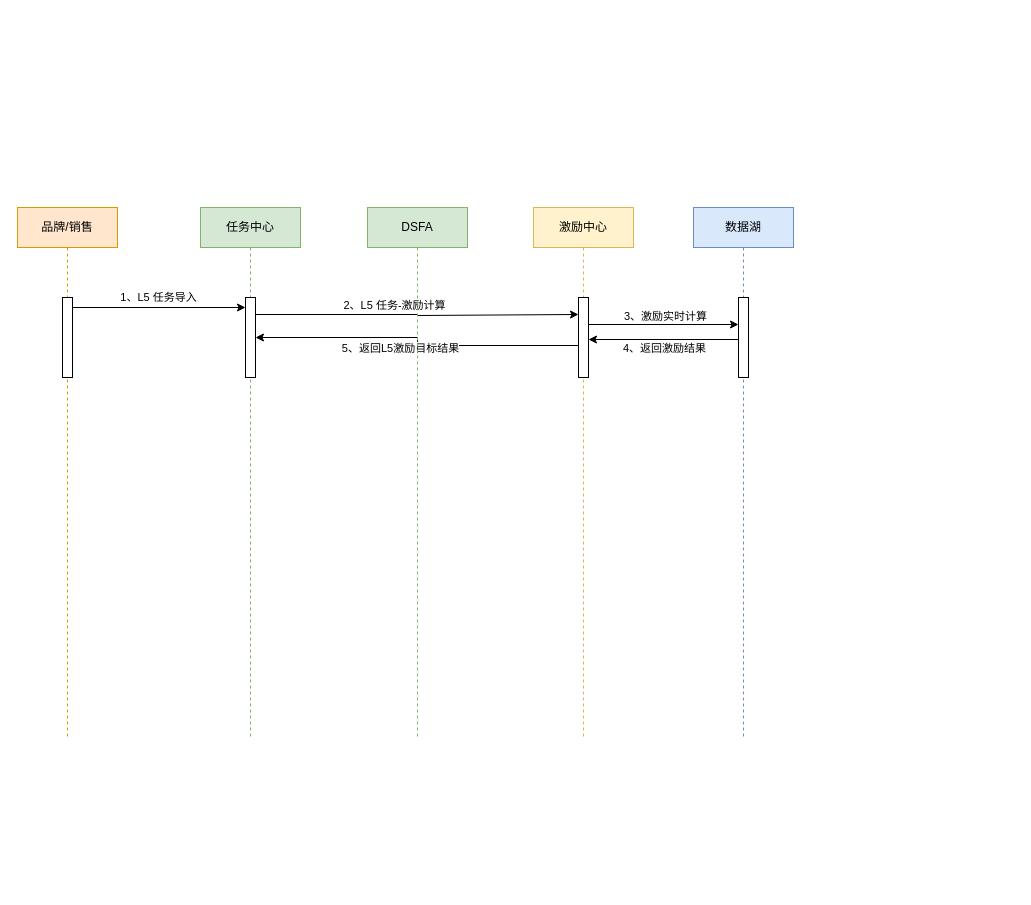
Above: shinho/【1209】任务中心+激励中心.drawio in 18857545022/- (draw.io), before the change. Source tidied: cells renumbered, new cells numbered last; positions are measured from the earlier drawing's top-left corner, leaving out a move shared by most shapes. Both pictures are drawn from the tidied source at 100%, with x=0, y=0 at pixel (17, 207).
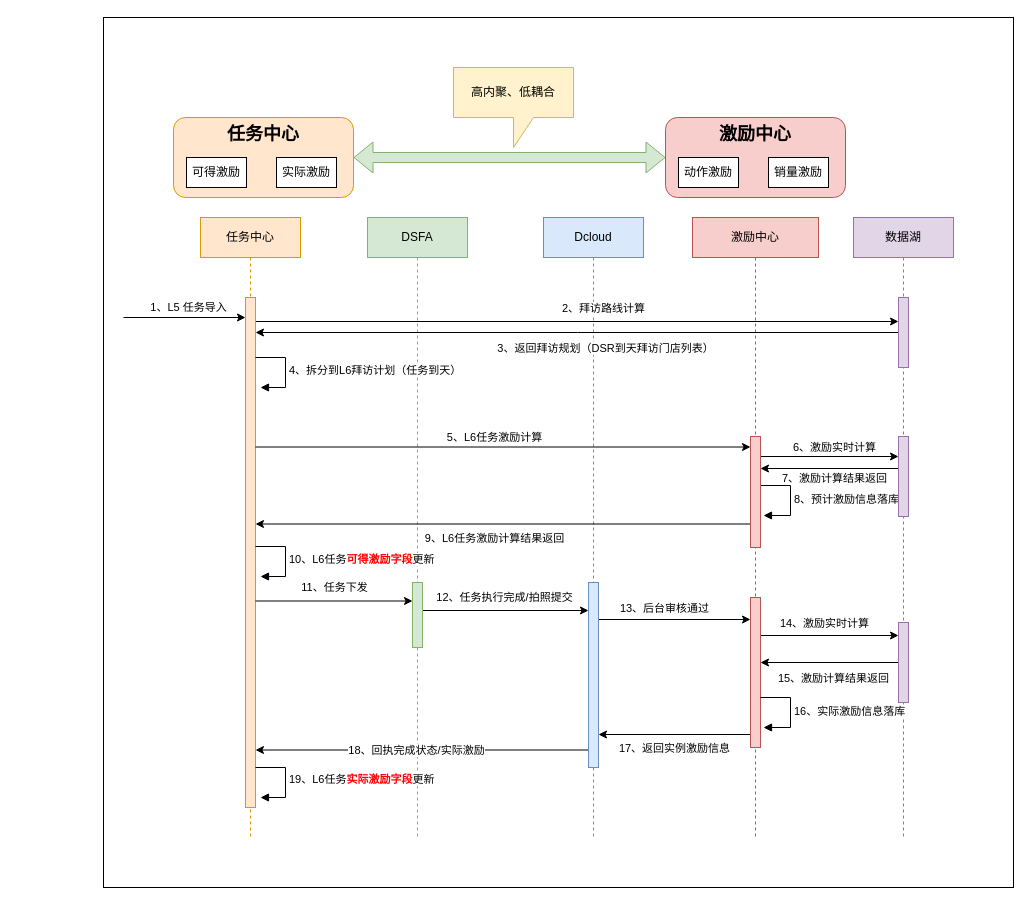
The same diagram, later.

Commit message (it also covers changes not shown here):
更新【1209】任务中心+激励中心.drawio

The edit, as a diff of the source:
```diff
@@
-    <mxCell id="2" value="品牌/销售" style="shape=umlLifeline;perimeter=lifelinePerimeter;whiteSpace=wrap;html=1;newEdgeStyle={&quot;curved&quot;:0,&quot;rounded&quot;:0};fillColor=#ffe6cc;strokeColor=#d79b00;" parent="1" vertex="1">
-      <mxGeometry width="100" height="530" as="geometry" />
-    </mxCell>
+    <mxCell id="21" style="rounded=0;whiteSpace=wrap;html=1;" parent="1" vertex="1">
+      <mxGeometry x="86" y="-190" width="910" height="870" as="geometry" />
+    </mxCell>
+    <mxCell id="22" style="group;" parent="1" vertex="1">
+      <mxGeometry x="183" y="10" width="753" height="620" as="geometry" />
+    </mxCell>
-    <mxCell id="3" value="数据湖" style="shape=umlLifeline;perimeter=lifelinePerimeter;whiteSpace=wrap;html=1;newEdgeStyle={&quot;curved&quot;:0,&quot;rounded&quot;:0};fillColor=#dae8fc;strokeColor=#6c8ebf;" parent="1" vertex="1">
-      <mxGeometry x="676" width="100" height="530" as="geometry" />
+    <mxCell id="3" value="数据湖" style="shape=umlLifeline;perimeter=lifelinePerimeter;whiteSpace=wrap;html=1;newEdgeStyle={&quot;curved&quot;:0,&quot;rounded&quot;:0};fillColor=#e1d5e7;strokeColor=#9673a6;" parent="22" vertex="1">
+      <mxGeometry x="653" width="100" height="620" as="geometry" />
     </mxCell>
-    <mxCell id="4" value="激励中心" style="shape=umlLifeline;perimeter=lifelinePerimeter;whiteSpace=wrap;html=1;newEdgeStyle={&quot;curved&quot;:0,&quot;rounded&quot;:0};fillColor=#fff2cc;strokeColor=#d6b656;" parent="1" vertex="1">
-      <mxGeometry x="516" width="100" height="530" as="geometry" />
+    <mxCell id="4" value="激励中心" style="shape=umlLifeline;perimeter=lifelinePerimeter;whiteSpace=wrap;html=1;newEdgeStyle={&quot;curved&quot;:0,&quot;rounded&quot;:0};fillColor=#f8cecc;strokeColor=#b85450;" parent="22" vertex="1">
+      <mxGeometry x="492" width="126" height="620" as="geometry" />
     </mxCell>
-    <mxCell id="5" value="任务中心" style="shape=umlLifeline;perimeter=lifelinePerimeter;whiteSpace=wrap;html=1;newEdgeStyle={&quot;curved&quot;:0,&quot;rounded&quot;:0};fillColor=#d5e8d4;strokeColor=#82b366;" parent="1" vertex="1">
-      <mxGeometry x="183" width="100" height="530" as="geometry" />
+    <mxCell id="5" value="任务中心" style="shape=umlLifeline;perimeter=lifelinePerimeter;whiteSpace=wrap;html=1;newEdgeStyle={&quot;curved&quot;:0,&quot;rounded&quot;:0};fillColor=#ffe6cc;strokeColor=#d79b00;" parent="22" vertex="1">
+      <mxGeometry width="100" height="620" as="geometry" />
     </mxCell>
+    <mxCell id="20" value="DSFA" style="shape=umlLifeline;perimeter=lifelinePerimeter;whiteSpace=wrap;html=1;newEdgeStyle={&quot;curved&quot;:0,&quot;rounded&quot;:0};fillColor=#d5e8d4;strokeColor=#82b366;" parent="22" vertex="1">
+      <mxGeometry x="167" width="100" height="620" as="geometry" />
+    </mxCell>
+    <mxCell id="23" value="Dcloud" style="shape=umlLifeline;perimeter=lifelinePerimeter;whiteSpace=wrap;html=1;newEdgeStyle={&quot;curved&quot;:0,&quot;rounded&quot;:0};fillColor=#dae8fc;strokeColor=#6c8ebf;" parent="22" vertex="1">
+      <mxGeometry x="343" width="100" height="620" as="geometry" />
+    </mxCell>
     <mxCell id="6" style="edgeStyle=orthogonalEdgeStyle;rounded=0;orthogonalLoop=1;jettySize=auto;html=1;curved=0;" parent="1" edge="1">
       <mxGeometry relative="1" as="geometry">
-        <mxPoint x="55" y="100" as="sourcePoint" />
-        <mxPoint x="228" y="100" as="targetPoint" />
+        <mxPoint x="106" y="110" as="sourcePoint" />
+        <mxPoint x="228" y="110" as="targetPoint" />
       </mxGeometry>
     </mxCell>
@@
-    <mxCell id="8" style="html=1;perimeter=orthogonalPerimeter;targetShapes=umlLifeline;newEdgeStyle={&quot;curved&quot;:0,&quot;rounded&quot;:0};" parent="1" vertex="1">
-      <mxGeometry x="45" y="90" width="10" height="80" as="geometry" />
-    </mxCell>
-    <mxCell id="9" style="edgeStyle=orthogonalEdgeStyle;rounded=0;jettySize=auto;html=1;curved=0;" parent="1" edge="1" source="11">
-      <mxGeometry relative="1" as="geometry">
-        <mxPoint x="561" y="107" as="targetPoint" />
-        <Array as="points">
-          <mxPoint x="400" y="107" />
-          <mxPoint x="561" y="108" />
-        </Array>
-      </mxGeometry>
-    </mxCell>
-    <mxCell id="10" value="2、L5 任务-激励计算" style="edgeLabel;html=1;align=center;verticalAlign=middle;" parent="9" vertex="1">
-      <mxGeometry x="-0.19" y="1" relative="1" as="geometry">
-        <mxPoint x="7" y="-9" as="offset" />
-      </mxGeometry>
-    </mxCell>
+    <mxCell id="24" style="edgeStyle=orthogonalEdgeStyle;rounded=0;orthogonalLoop=1;jettySize=auto;html=1;curved=0;" parent="1" edge="1">
+      <mxGeometry relative="1" as="geometry">
+        <mxPoint x="238" y="114" as="sourcePoint" />
+        <mxPoint x="881" y="114" as="targetPoint" />
+      </mxGeometry>
+    </mxCell>
+    <mxCell id="25" value="2、拜访路线计算" style="edgeLabel;html=1;align=center;verticalAlign=middle;" parent="24" vertex="1">
+      <mxGeometry x="0.08" y="1" relative="1" as="geometry">
+        <mxPoint y="-13" as="offset" />
+      </mxGeometry>
+    </mxCell>
-    <mxCell id="11" style="html=1;points=[[0,0,0,0,5],[0,1,0,0,-5],[1,0,0,0,5],[1,1,0,0,-5]];perimeter=orthogonalPerimeter;outlineConnect=0;targetShapes=umlLifeline;portConstraint=eastwest;newEdgeStyle={&quot;curved&quot;:0,&quot;rounded&quot;:0};" parent="1" vertex="1">
-      <mxGeometry x="228" y="90" width="10" height="80" as="geometry" />
+    <mxCell id="11" style="html=1;points=[[0,0,0,0,5],[0,1,0,0,-5],[1,0,0,0,5],[1,1,0,0,-5]];perimeter=orthogonalPerimeter;outlineConnect=0;targetShapes=umlLifeline;portConstraint=eastwest;newEdgeStyle={&quot;curved&quot;:0,&quot;rounded&quot;:0};fillColor=#ffe6cc;strokeColor=#d79b00;" parent="1" vertex="1">
+      <mxGeometry x="228" y="90" width="10" height="510" as="geometry" />
     </mxCell>
-    <mxCell id="12" style="edgeStyle=orthogonalEdgeStyle;rounded=0;orthogonalLoop=1;jettySize=auto;html=1;curved=0;" parent="1" edge="1">
-      <mxGeometry relative="1" as="geometry">
-        <mxPoint x="571" y="117" as="sourcePoint" />
-        <mxPoint x="721" y="117" as="targetPoint" />
-      </mxGeometry>
-    </mxCell>
-    <mxCell id="13" value="3、激励实时计算" style="edgeLabel;html=1;align=center;verticalAlign=middle;" parent="12" vertex="1">
-      <mxGeometry x="-0.15" y="1" relative="1" as="geometry">
-        <mxPoint x="12" y="-8" as="offset" />
-      </mxGeometry>
-    </mxCell>
-    <mxCell id="14" style="edgeStyle=orthogonalEdgeStyle;rounded=0;jettySize=auto;html=1;curved=0;" parent="1" edge="1" target="11">
-      <mxGeometry relative="1" as="geometry">
-        <mxPoint x="561" y="137" as="sourcePoint" />
-        <Array as="points">
-          <mxPoint x="400" y="138" />
-          <mxPoint x="400" y="130" />
-        </Array>
-      </mxGeometry>
-    </mxCell>
-    <mxCell id="15" value="5、返回L5激励目标结果" style="edgeLabel;html=1;align=center;verticalAlign=middle;" parent="14" vertex="1">
-      <mxGeometry x="0.23" y="-2" relative="1" as="geometry">
-        <mxPoint x="16" y="12" as="offset" />
-      </mxGeometry>
-    </mxCell>
-    <mxCell id="16" style="html=1;perimeter=orthogonalPerimeter;targetShapes=umlLifeline;newEdgeStyle={&quot;curved&quot;:0,&quot;rounded&quot;:0};" parent="1" vertex="1">
-      <mxGeometry x="561" y="90" width="10" height="80" as="geometry" />
-    </mxCell>
-    <mxCell id="17" style="edgeStyle=orthogonalEdgeStyle;rounded=0;orthogonalLoop=1;jettySize=auto;html=1;curved=0;" parent="1" edge="1">
-      <mxGeometry relative="1" as="geometry">
-        <mxPoint x="721" y="132" as="sourcePoint" />
-        <mxPoint x="571" y="132" as="targetPoint" />
-      </mxGeometry>
-    </mxCell>
-    <mxCell id="18" value="4、返回激励结果" style="edgeLabel;html=1;align=center;verticalAlign=middle;" parent="17" vertex="1">
-      <mxGeometry x="0.21" relative="1" as="geometry">
-        <mxPoint x="16" y="8" as="offset" />
-      </mxGeometry>
-    </mxCell>
-    <mxCell id="19" style="html=1;perimeter=orthogonalPerimeter;targetShapes=umlLifeline;newEdgeStyle={&quot;curved&quot;:0,&quot;rounded&quot;:0};" parent="1" vertex="1">
-      <mxGeometry x="721" y="90" width="10" height="80" as="geometry" />
-    </mxCell>
-    <mxCell id="20" value="DSFA" style="shape=umlLifeline;perimeter=lifelinePerimeter;whiteSpace=wrap;html=1;newEdgeStyle={&quot;curved&quot;:0,&quot;rounded&quot;:0};fillColor=#d5e8d4;strokeColor=#82b366;" parent="1" vertex="1">
-      <mxGeometry x="350" width="100" height="530" as="geometry" />
-    </mxCell>
+    <mxCell id="26" style="edgeStyle=orthogonalEdgeStyle;rounded=0;orthogonalLoop=1;jettySize=auto;html=1;curved=0;" parent="1" edge="1">
+      <mxGeometry relative="1" as="geometry">
+        <mxPoint x="743" y="249" as="sourcePoint" />
+        <mxPoint x="881" y="249" as="targetPoint" />
+      </mxGeometry>
+    </mxCell>
+    <mxCell id="27" value="6、激励实时计算" style="edgeLabel;html=1;align=center;verticalAlign=middle;" parent="26" vertex="1">
+      <mxGeometry x="-0.01" y="-1" relative="1" as="geometry">
+        <mxPoint x="5" y="-11" as="offset" />
+      </mxGeometry>
+    </mxCell>
+    <mxCell id="28" value="8、预计激励信息落库" style="html=1;align=left;spacingLeft=2;endArrow=block;rounded=0;edgeStyle=orthogonalEdgeStyle;curved=0;rounded=0;" parent="1" edge="1">
+      <mxGeometry relative="1" as="geometry">
+        <mxPoint x="743" y="278" as="sourcePoint" />
+        <mxPoint x="746" y="308" as="targetPoint" />
+        <Array as="points">
+          <mxPoint x="773" y="308" />
+        </Array>
+      </mxGeometry>
+    </mxCell>
+    <mxCell id="29" value="10、L6任务&lt;b&gt;&lt;font color=&quot;#ff0000&quot;&gt;可得激励字段&lt;/font&gt;&lt;/b&gt;更新" style="html=1;align=left;spacingLeft=2;endArrow=block;rounded=0;edgeStyle=orthogonalEdgeStyle;curved=0;rounded=0;" parent="1" edge="1">
+      <mxGeometry relative="1" as="geometry">
+        <mxPoint x="238" y="339" as="sourcePoint" />
+        <mxPoint x="243" y="369" as="targetPoint" />
+        <Array as="points">
+          <mxPoint x="268" y="369" />
+        </Array>
+      </mxGeometry>
+    </mxCell>
+    <mxCell id="30" style="edgeStyle=orthogonalEdgeStyle;rounded=0;jettySize=auto;html=1;curved=0;" parent="1" edge="1" source="32">
+      <mxGeometry relative="1" as="geometry">
+        <mxPoint x="238" y="125" as="targetPoint" />
+      </mxGeometry>
+    </mxCell>
+    <mxCell id="31" value="3、返回拜访规划（DSR到天拜访门店列表）" style="edgeLabel;html=1;align=center;verticalAlign=middle;" parent="30" vertex="1">
+      <mxGeometry x="0.03" y="-1" relative="1" as="geometry">
+        <mxPoint x="37" y="16" as="offset" />
+      </mxGeometry>
+    </mxCell>
+    <mxCell id="32" style="html=1;points=[[0,0,0,0,5],[0,1,0,0,-5],[1,0,0,0,5],[1,1,0,0,-5]];perimeter=orthogonalPerimeter;outlineConnect=0;targetShapes=umlLifeline;portConstraint=eastwest;newEdgeStyle={&quot;curved&quot;:0,&quot;rounded&quot;:0};fillColor=#e1d5e7;strokeColor=#9673a6;" parent="1" vertex="1">
+      <mxGeometry x="881" y="90" width="10" height="70" as="geometry" />
+    </mxCell>
+    <mxCell id="33" value="4、拆分到L6拜访计划（任务到天）" style="html=1;align=left;spacingLeft=2;endArrow=block;rounded=0;edgeStyle=orthogonalEdgeStyle;curved=0;rounded=0;" parent="1" edge="1">
+      <mxGeometry relative="1" as="geometry">
+        <mxPoint x="238" y="150" as="sourcePoint" />
+        <mxPoint x="243" y="180" as="targetPoint" />
+        <Array as="points">
+          <mxPoint x="268" y="180" />
+        </Array>
+      </mxGeometry>
+    </mxCell>
+    <mxCell id="34" style="edgeStyle=orthogonalEdgeStyle;rounded=0;orthogonalLoop=1;jettySize=auto;html=1;curved=0;" parent="1" edge="1">
+      <mxGeometry relative="1" as="geometry">
+        <mxPoint x="238" y="393.5" as="sourcePoint" />
+        <mxPoint x="395" y="393.5" as="targetPoint" />
+      </mxGeometry>
+    </mxCell>
+    <mxCell id="35" value="11、任务下发" style="edgeLabel;html=1;align=center;verticalAlign=middle;" parent="34" vertex="1">
+      <mxGeometry x="-0.18" y="1" relative="1" as="geometry">
+        <mxPoint x="14" y="-13" as="offset" />
+      </mxGeometry>
+    </mxCell>
+    <mxCell id="36" style="edgeStyle=orthogonalEdgeStyle;rounded=0;orthogonalLoop=1;jettySize=auto;html=1;curved=0;" parent="1" edge="1">
+      <mxGeometry relative="1" as="geometry">
+        <mxPoint x="238" y="239.5" as="sourcePoint" />
+        <mxPoint x="733" y="239.5" as="targetPoint" />
+      </mxGeometry>
+    </mxCell>
+    <mxCell id="37" value="5、L6任务激励计算" style="edgeLabel;html=1;align=center;verticalAlign=middle;" parent="36" vertex="1">
+      <mxGeometry x="-0.06" y="2" relative="1" as="geometry">
+        <mxPoint x="5" y="-8" as="offset" />
+      </mxGeometry>
+    </mxCell>
+    <mxCell id="38" style="edgeStyle=orthogonalEdgeStyle;rounded=0;orthogonalLoop=1;jettySize=auto;html=1;curved=0;" parent="1" edge="1">
+      <mxGeometry relative="1" as="geometry">
+        <mxPoint x="405" y="403" as="sourcePoint" />
+        <mxPoint x="571" y="403" as="targetPoint" />
+      </mxGeometry>
+    </mxCell>
+    <mxCell id="39" value="12、任务执行完成/拍照提交" style="edgeLabel;html=1;align=center;verticalAlign=middle;" parent="38" vertex="1">
+      <mxGeometry x="-0.12" y="-1" relative="1" as="geometry">
+        <mxPoint x="8" y="-15" as="offset" />
+      </mxGeometry>
+    </mxCell>
+    <mxCell id="40" style="html=1;perimeter=orthogonalPerimeter;targetShapes=umlLifeline;newEdgeStyle={&quot;curved&quot;:0,&quot;rounded&quot;:0};fillColor=#d5e8d4;strokeColor=#82b366;" parent="1" vertex="1">
+      <mxGeometry x="395" y="375" width="10" height="65" as="geometry" />
+    </mxCell>
+    <mxCell id="41" style="edgeStyle=orthogonalEdgeStyle;rounded=0;orthogonalLoop=1;jettySize=auto;html=1;curved=0;" parent="1" edge="1">
+      <mxGeometry relative="1" as="geometry">
+        <mxPoint x="881" y="261" as="sourcePoint" />
+        <mxPoint x="743" y="261" as="targetPoint" />
+      </mxGeometry>
+    </mxCell>
+    <mxCell id="42" value="7、激励计算结果返回" style="edgeLabel;html=1;align=center;verticalAlign=middle;" parent="41" vertex="1">
+      <mxGeometry x="0.37" y="1" relative="1" as="geometry">
+        <mxPoint x="30" y="8" as="offset" />
+      </mxGeometry>
+    </mxCell>
+    <mxCell id="43" style="html=1;perimeter=orthogonalPerimeter;targetShapes=umlLifeline;newEdgeStyle={&quot;curved&quot;:0,&quot;rounded&quot;:0};fillColor=#e1d5e7;strokeColor=#9673a6;" parent="1" vertex="1">
+      <mxGeometry x="881" y="229" width="10" height="80" as="geometry" />
+    </mxCell>
+    <mxCell id="44" style="edgeStyle=orthogonalEdgeStyle;rounded=0;orthogonalLoop=1;jettySize=auto;html=1;curved=0;" parent="1" edge="1">
+      <mxGeometry relative="1" as="geometry">
+        <mxPoint x="733" y="316.5" as="sourcePoint" />
+        <mxPoint x="238" y="316.5" as="targetPoint" />
+      </mxGeometry>
+    </mxCell>
+    <mxCell id="45" value="9、L6任务激励计算结果返回" style="edgeLabel;html=1;align=center;verticalAlign=middle;" parent="44" vertex="1">
+      <mxGeometry x="0.13" y="-1" relative="1" as="geometry">
+        <mxPoint x="23" y="15" as="offset" />
+      </mxGeometry>
+    </mxCell>
+    <mxCell id="46" style="html=1;perimeter=orthogonalPerimeter;targetShapes=umlLifeline;newEdgeStyle={&quot;curved&quot;:0,&quot;rounded&quot;:0};fillColor=#f8cecc;strokeColor=#b85450;" parent="1" vertex="1">
+      <mxGeometry x="733" y="229" width="10" height="111" as="geometry" />
+    </mxCell>
+    <mxCell id="47" style="edgeStyle=orthogonalEdgeStyle;rounded=0;orthogonalLoop=1;jettySize=auto;html=1;curved=0;" parent="1" edge="1">
+      <mxGeometry relative="1" as="geometry">
+        <mxPoint x="581" y="412" as="sourcePoint" />
+        <mxPoint x="733" y="412" as="targetPoint" />
+      </mxGeometry>
+    </mxCell>
+    <mxCell id="48" value="13、后台审核通过" style="edgeLabel;html=1;align=center;verticalAlign=middle;" parent="47" vertex="1">
+      <mxGeometry x="-0.2" y="1" relative="1" as="geometry">
+        <mxPoint x="4" y="-11" as="offset" />
+      </mxGeometry>
+    </mxCell>
+    <mxCell id="49" style="edgeStyle=orthogonalEdgeStyle;rounded=0;orthogonalLoop=1;jettySize=auto;html=1;curved=0;" parent="1" edge="1">
+      <mxGeometry relative="1" as="geometry">
+        <mxPoint x="571" y="542.5" as="sourcePoint" />
+        <mxPoint x="238" y="542.5" as="targetPoint" />
+      </mxGeometry>
+    </mxCell>
+    <mxCell id="50" value="18、回执完成状态/实际激励" style="edgeLabel;html=1;align=center;verticalAlign=middle;" parent="49" vertex="1">
+      <mxGeometry x="0.04" relative="1" as="geometry" />
+    </mxCell>
+    <mxCell id="51" style="html=1;perimeter=orthogonalPerimeter;targetShapes=umlLifeline;newEdgeStyle={&quot;curved&quot;:0,&quot;rounded&quot;:0};fillColor=#dae8fc;strokeColor=#6c8ebf;" parent="1" vertex="1">
+      <mxGeometry x="571" y="375" width="10" height="185" as="geometry" />
+    </mxCell>
+    <mxCell id="52" style="edgeStyle=orthogonalEdgeStyle;rounded=0;orthogonalLoop=1;jettySize=auto;html=1;curved=0;" parent="1" edge="1">
+      <mxGeometry relative="1" as="geometry">
+        <mxPoint x="743" y="428" as="sourcePoint" />
+        <mxPoint x="881" y="428" as="targetPoint" />
+      </mxGeometry>
+    </mxCell>
+    <mxCell id="53" value="14、激励实时计算" style="edgeLabel;html=1;align=center;verticalAlign=middle;" parent="52" vertex="1">
+      <mxGeometry x="-0.21" y="2" relative="1" as="geometry">
+        <mxPoint x="8" y="-11" as="offset" />
+      </mxGeometry>
+    </mxCell>
+    <mxCell id="54" style="edgeStyle=orthogonalEdgeStyle;rounded=0;orthogonalLoop=1;jettySize=auto;html=1;curved=0;" parent="1" edge="1">
+      <mxGeometry relative="1" as="geometry">
+        <mxPoint x="733" y="527" as="sourcePoint" />
+        <mxPoint x="581" y="527" as="targetPoint" />
+      </mxGeometry>
+    </mxCell>
+    <mxCell id="55" value="17、返回实例激励信息" style="edgeLabel;html=1;align=center;verticalAlign=middle;" parent="54" vertex="1">
+      <mxGeometry x="0.41" y="-2" relative="1" as="geometry">
+        <mxPoint x="30" y="15" as="offset" />
+      </mxGeometry>
+    </mxCell>
+    <mxCell id="56" style="html=1;perimeter=orthogonalPerimeter;targetShapes=umlLifeline;newEdgeStyle={&quot;curved&quot;:0,&quot;rounded&quot;:0};fillColor=#f8cecc;strokeColor=#b85450;" parent="1" vertex="1">
+      <mxGeometry x="733" y="390" width="10" height="150" as="geometry" />
+    </mxCell>
+    <mxCell id="57" style="edgeStyle=orthogonalEdgeStyle;rounded=0;jettySize=auto;html=1;curved=0;" parent="1" edge="1" source="59">
+      <mxGeometry relative="1" as="geometry">
+        <mxPoint x="743" y="455" as="targetPoint" />
+      </mxGeometry>
+    </mxCell>
+    <mxCell id="58" value="15、激励计算结果返回" style="edgeLabel;html=1;align=center;verticalAlign=middle;" parent="57" vertex="1">
+      <mxGeometry x="0.34" y="-2" relative="1" as="geometry">
+        <mxPoint x="27" y="17" as="offset" />
+      </mxGeometry>
+    </mxCell>
+    <mxCell id="59" style="html=1;points=[[0,0,0,0,5],[0,1,0,0,-5],[1,0,0,0,5],[1,1,0,0,-5]];perimeter=orthogonalPerimeter;outlineConnect=0;targetShapes=umlLifeline;portConstraint=eastwest;newEdgeStyle={&quot;curved&quot;:0,&quot;rounded&quot;:0};fillColor=#e1d5e7;strokeColor=#9673a6;" parent="1" vertex="1">
+      <mxGeometry x="881" y="415" width="10" height="80" as="geometry" />
+    </mxCell>
+    <mxCell id="60" value="16、实际激励信息落库" style="html=1;align=left;spacingLeft=2;endArrow=block;rounded=0;edgeStyle=orthogonalEdgeStyle;curved=0;rounded=0;" parent="1" edge="1">
+      <mxGeometry relative="1" as="geometry">
+        <mxPoint x="743" y="490" as="sourcePoint" />
+        <mxPoint x="746" y="520" as="targetPoint" />
+        <Array as="points">
+          <mxPoint x="773" y="520" />
+        </Array>
+      </mxGeometry>
+    </mxCell>
+    <mxCell id="61" value="19、L6任务&lt;font color=&quot;#ff0000&quot;&gt;&lt;b&gt;实际&lt;/b&gt;&lt;/font&gt;&lt;b&gt;&lt;font color=&quot;#ff0000&quot;&gt;激励字段&lt;/font&gt;&lt;/b&gt;更新" style="html=1;align=left;spacingLeft=2;endArrow=block;rounded=0;edgeStyle=orthogonalEdgeStyle;curved=0;rounded=0;" parent="1" edge="1">
+      <mxGeometry x="-0.01" relative="1" as="geometry">
+        <mxPoint x="238" y="560" as="sourcePoint" />
+        <mxPoint x="243" y="590" as="targetPoint" />
+        <Array as="points">
+          <mxPoint x="268" y="590" />
+        </Array>
+      </mxGeometry>
+    </mxCell>
+    <mxCell id="62" value="&lt;font style=&quot;font-size: 18px;&quot;&gt;&lt;b&gt;任务中心&lt;/b&gt;&lt;/font&gt;" style="rounded=1;whiteSpace=wrap;html=1;verticalAlign=top;fillColor=#ffe6cc;strokeColor=#d79b00;" parent="1" vertex="1">
+      <mxGeometry x="156" y="-90" width="180" height="80" as="geometry" />
+    </mxCell>
+    <mxCell id="63" value="可得激励" style="rounded=0;whiteSpace=wrap;html=1;" parent="1" vertex="1">
+      <mxGeometry x="169" y="-50" width="60" height="30" as="geometry" />
+    </mxCell>
+    <mxCell id="64" value="实际激励" style="rounded=0;whiteSpace=wrap;html=1;" parent="1" vertex="1">
+      <mxGeometry x="259" y="-50" width="60" height="30" as="geometry" />
+    </mxCell>
+    <mxCell id="65" value="&lt;font style=&quot;font-size: 18px;&quot;&gt;&lt;b&gt;激励中心&lt;/b&gt;&lt;/font&gt;" style="rounded=1;whiteSpace=wrap;html=1;verticalAlign=top;fillColor=#f8cecc;strokeColor=#b85450;" parent="1" vertex="1">
+      <mxGeometry x="648" y="-90" width="180" height="80" as="geometry" />
+    </mxCell>
+    <mxCell id="66" value="动作激励" style="rounded=0;whiteSpace=wrap;html=1;" parent="1" vertex="1">
+      <mxGeometry x="661" y="-50" width="60" height="30" as="geometry" />
+    </mxCell>
+    <mxCell id="67" value="销量激励" style="rounded=0;whiteSpace=wrap;html=1;" parent="1" vertex="1">
+      <mxGeometry x="751" y="-50" width="60" height="30" as="geometry" />
+    </mxCell>
+    <mxCell id="68" value="高内聚、低耦合" style="shape=callout;whiteSpace=wrap;html=1;perimeter=calloutPerimeter;fillColor=#fff2cc;strokeColor=#d6b656;" parent="1" vertex="1">
+      <mxGeometry x="436" y="-140" width="120" height="80" as="geometry" />
+    </mxCell>
+    <mxCell id="69" style="shape=flexArrow;endArrow=classic;startArrow=classic;html=1;rounded=0;entryX=0;entryY=0.5;entryDx=0;entryDy=0;fillColor=#d5e8d4;strokeColor=#82b366;" parent="1" edge="1" source="62" target="65">
+      <mxGeometry relative="1" as="geometry" />
+    </mxCell>
```
